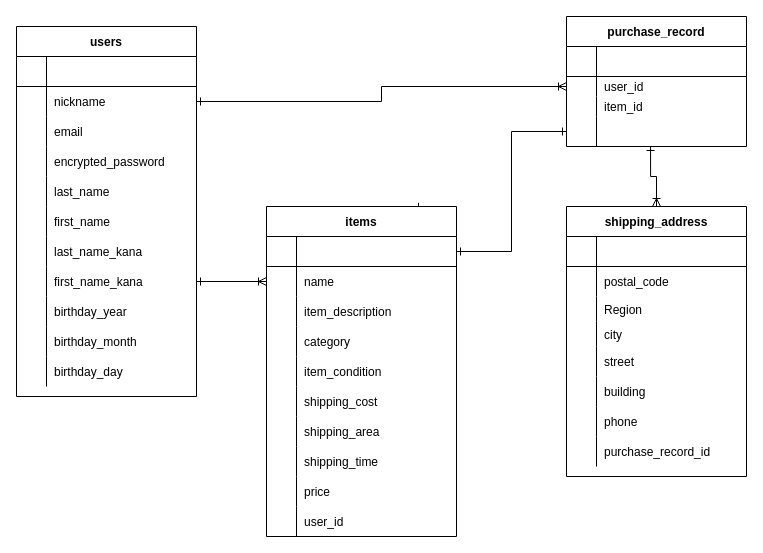
This is ER.dio from omokun/furima-36222, a draw.io file, before an edit. Source tidied: cells renumbered, new cells numbered last; positions are measured from the earlier drawing's top-left corner, leaving out a move shared by most shapes. Both pictures are drawn from the tidied source at 100%, with x=0, y=0 at pixel (16, 16).
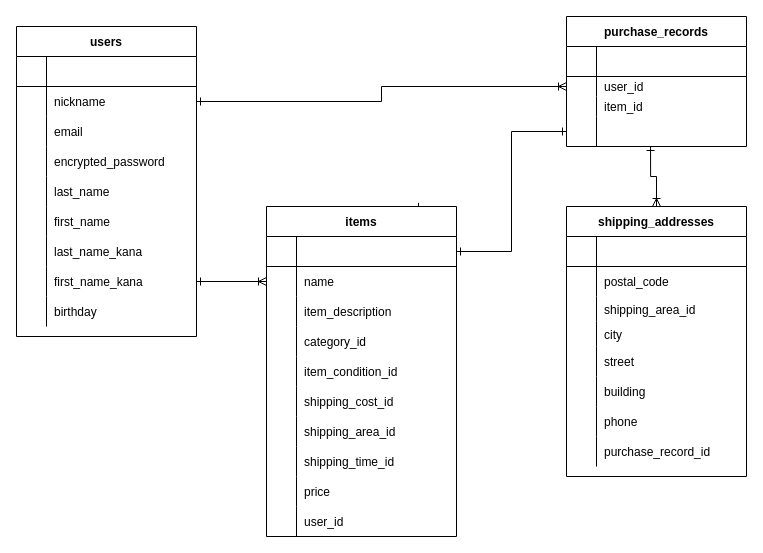
Above is the later version.

Commit message (it also covers changes not shown here):
レビュー再訂正

Unchanged cells that the change refers to:
```xml
<mxCell id="27" style="shape=partialRectangle;fillColor=none;top=0;left=0;bottom=0;right=0;" parent="2" vertex="1">
  <mxGeometry y="270" width="180" height="30" as="geometry" />
</mxCell>
<mxCell id="59" style="shape=partialRectangle;fillColor=none;top=0;left=0;bottom=0;right=0;" parent="49" vertex="1">
  <mxGeometry y="120" width="190" height="30" as="geometry" />
</mxCell>
<mxCell id="62" style="shape=partialRectangle;fillColor=none;top=0;left=0;bottom=0;right=0;" parent="49" vertex="1">
  <mxGeometry y="150" width="190" height="30" as="geometry" />
</mxCell>
<mxCell id="65" style="shape=partialRectangle;fillColor=none;top=0;left=0;bottom=0;right=0;" parent="49" vertex="1">
  <mxGeometry y="180" width="190" height="30" as="geometry" />
</mxCell>
<mxCell id="68" style="shape=partialRectangle;fillColor=none;top=0;left=0;bottom=0;right=0;" parent="49" vertex="1">
  <mxGeometry y="210" width="190" height="30" as="geometry" />
</mxCell>
<mxCell id="71" style="shape=partialRectangle;fillColor=none;top=0;left=0;bottom=0;right=0;" parent="49" vertex="1">
  <mxGeometry y="240" width="190" height="30" as="geometry" />
</mxCell>
<mxCell id="88" style="shape=partialRectangle;fillColor=none;top=0;left=0;bottom=0;right=0;" parent="81" vertex="1">
  <mxGeometry y="90" width="180" height="25" as="geometry" />
</mxCell>
```

Diff of the diagram source:
```diff
@@
     <mxCell id="2" value="users" style="shape=table;startSize=30;childLayout=tableLayout;rowLines=0;fontStyle=1;align=center;" parent="1" vertex="1">
-      <mxGeometry y="10" width="180" height="370" as="geometry" />
+      <mxGeometry y="10" width="180" height="310" as="geometry" />
     </mxCell>
@@
-    <mxCell id="29" value="birthday_year" style="shape=partialRectangle;fillColor=none;top=0;left=0;bottom=0;right=0;align=left;spacingLeft=6;overflow=hidden;" parent="27" vertex="1">
+    <mxCell id="29" value="birthday" style="shape=partialRectangle;fillColor=none;top=0;left=0;bottom=0;right=0;align=left;spacingLeft=6;overflow=hidden;" parent="27" vertex="1">
       <mxGeometry x="30" width="150" height="30" as="geometry" />
     </mxCell>
-    <mxCell id="30" style="shape=partialRectangle;fillColor=none;top=0;left=0;bottom=0;right=0;" parent="2" vertex="1">
-      <mxGeometry y="300" width="180" height="30" as="geometry" />
-    </mxCell>
-    <mxCell id="31" style="shape=partialRectangle;fillColor=none;top=0;left=0;bottom=0;right=0;overflow=hidden;" parent="30" vertex="1">
-      <mxGeometry width="30" height="30" as="geometry" />
-    </mxCell>
-    <mxCell id="32" value="birthday_month" style="shape=partialRectangle;fillColor=none;top=0;left=0;bottom=0;right=0;align=left;spacingLeft=6;overflow=hidden;" parent="30" vertex="1">
-      <mxGeometry x="30" width="150" height="30" as="geometry" />
-    </mxCell>
-    <mxCell id="33" style="shape=partialRectangle;fillColor=none;top=0;left=0;bottom=0;right=0;" parent="2" vertex="1">
-      <mxGeometry y="330" width="180" height="30" as="geometry" />
-    </mxCell>
-    <mxCell id="34" style="shape=partialRectangle;fillColor=none;top=0;left=0;bottom=0;right=0;overflow=hidden;" parent="33" vertex="1">
-      <mxGeometry width="30" height="30" as="geometry" />
-    </mxCell>
-    <mxCell id="35" value="birthday_day" style="shape=partialRectangle;fillColor=none;top=0;left=0;bottom=0;right=0;align=left;spacingLeft=6;overflow=hidden;" parent="33" vertex="1">
-      <mxGeometry x="30" width="150" height="30" as="geometry" />
-    </mxCell>
-    <mxCell id="36" value="purchase_record" style="shape=table;startSize=30;childLayout=tableLayout;rowLines=0;fontStyle=1;align=center;" parent="1" vertex="1">
+    <mxCell id="36" value="purchase_records" style="shape=table;startSize=30;childLayout=tableLayout;rowLines=0;fontStyle=1;align=center;" parent="1" vertex="1">
       <mxGeometry x="550" width="180" height="130" as="geometry" />
     </mxCell>
@@
-    <mxCell id="61" value="category" style="shape=partialRectangle;fillColor=none;top=0;left=0;bottom=0;right=0;align=left;spacingLeft=6;overflow=hidden;" parent="59" vertex="1">
+    <mxCell id="61" value="category_id" style="shape=partialRectangle;fillColor=none;top=0;left=0;bottom=0;right=0;align=left;spacingLeft=6;overflow=hidden;" parent="59" vertex="1">
       <mxGeometry x="30" width="160" height="30" as="geometry" />
     </mxCell>
@@
-    <mxCell id="64" value="item_condition" style="shape=partialRectangle;fillColor=none;top=0;left=0;bottom=0;right=0;align=left;spacingLeft=6;overflow=hidden;" parent="62" vertex="1">
+    <mxCell id="64" value="item_condition_id" style="shape=partialRectangle;fillColor=none;top=0;left=0;bottom=0;right=0;align=left;spacingLeft=6;overflow=hidden;" parent="62" vertex="1">
       <mxGeometry x="30" width="160" height="30" as="geometry" />
     </mxCell>
@@
-    <mxCell id="67" value="shipping_cost" style="shape=partialRectangle;fillColor=none;top=0;left=0;bottom=0;right=0;align=left;spacingLeft=6;overflow=hidden;" parent="65" vertex="1">
+    <mxCell id="67" value="shipping_cost_id" style="shape=partialRectangle;fillColor=none;top=0;left=0;bottom=0;right=0;align=left;spacingLeft=6;overflow=hidden;" parent="65" vertex="1">
       <mxGeometry x="30" width="160" height="30" as="geometry" />
     </mxCell>
@@
-    <mxCell id="70" value="shipping_area" style="shape=partialRectangle;fillColor=none;top=0;left=0;bottom=0;right=0;align=left;spacingLeft=6;overflow=hidden;" parent="68" vertex="1">
+    <mxCell id="70" value="shipping_area_id" style="shape=partialRectangle;fillColor=none;top=0;left=0;bottom=0;right=0;align=left;spacingLeft=6;overflow=hidden;" parent="68" vertex="1">
       <mxGeometry x="30" width="160" height="30" as="geometry" />
     </mxCell>
@@
-    <mxCell id="73" value="shipping_time" style="shape=partialRectangle;fillColor=none;top=0;left=0;bottom=0;right=0;align=left;spacingLeft=6;overflow=hidden;" parent="71" vertex="1">
+    <mxCell id="73" value="shipping_time_id" style="shape=partialRectangle;fillColor=none;top=0;left=0;bottom=0;right=0;align=left;spacingLeft=6;overflow=hidden;" parent="71" vertex="1">
       <mxGeometry x="30" width="160" height="30" as="geometry" />
     </mxCell>
@@
-    <mxCell id="81" value="shipping_address" style="shape=table;startSize=30;childLayout=tableLayout;rowLines=0;fontStyle=1;align=center;" parent="1" vertex="1">
+    <mxCell id="81" value="shipping_addresses" style="shape=table;startSize=30;childLayout=tableLayout;rowLines=0;fontStyle=1;align=center;" parent="1" vertex="1">
       <mxGeometry x="550" y="190" width="180" height="270" as="geometry" />
     </mxCell>
@@
-    <mxCell id="90" value="Region" style="shape=partialRectangle;fillColor=none;top=0;left=0;bottom=0;right=0;align=left;spacingLeft=6;overflow=hidden;" parent="88" vertex="1">
+    <mxCell id="90" value="shipping_area_id" style="shape=partialRectangle;fillColor=none;top=0;left=0;bottom=0;right=0;align=left;spacingLeft=6;overflow=hidden;" parent="88" vertex="1">
       <mxGeometry x="30" width="150" height="25" as="geometry" />
     </mxCell>
```
